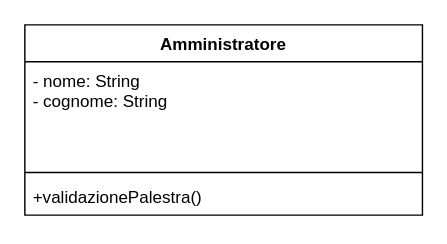
The draw.io diagram Diagrammi_UML/Amministratore.drawio in JosephBoom02/Progetto_Ingegneria_del_Software, before the edit. Source tidied: cells renumbered, new cells numbered last; positions are measured from the earlier drawing's top-left corner, leaving out a move shared by most shapes. Both pictures are drawn from the tidied source at 142%, with x=0, y=0 at pixel (24, 24).
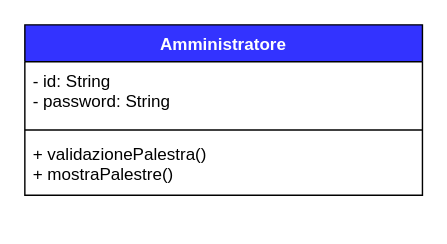
Above is the later version.

What changed in the source:
```diff
@@
 <mxGraphModel>
   <root>
     <mxCell id="0" />
     <mxCell id="1" parent="0" />
-    <mxCell id="2" value="&lt;div&gt;Amministratore&lt;/div&gt;&lt;div&gt;&lt;br&gt;&lt;/div&gt;" style="swimlane;fontStyle=1;align=center;verticalAlign=top;horizontal=1;startSize=26;whiteSpace=wrap;html=1;" parent="1" vertex="1">
-      <mxGeometry width="280" height="134" as="geometry" />
+    <mxCell id="2" value="&lt;div&gt;Amministratore&lt;/div&gt;&lt;div&gt;&lt;br&gt;&lt;/div&gt;" style="swimlane;fontStyle=1;align=center;verticalAlign=top;horizontal=1;startSize=26;whiteSpace=wrap;html=1;fillColor=#3333FF;fontColor=#ffffff;" parent="1" vertex="1">
+      <mxGeometry width="280" height="120" as="geometry" />
     </mxCell>
-    <mxCell id="3" value="&lt;div&gt;- nome: String&lt;/div&gt;&lt;div&gt;- cognome: String&lt;br&gt;&lt;/div&gt;" style="text;strokeColor=none;fillColor=none;align=left;verticalAlign=top;spacingLeft=4;spacingRight=4;overflow=hidden;whiteSpace=wrap;html=1;" parent="2" vertex="1">
-      <mxGeometry y="26" width="280" height="74" as="geometry" />
+    <mxCell id="3" value="&lt;div&gt;- id: String&lt;/div&gt;&lt;div&gt;- password: String&lt;br&gt;&lt;/div&gt;" style="text;strokeColor=none;fillColor=none;align=left;verticalAlign=top;spacingLeft=4;spacingRight=4;overflow=hidden;whiteSpace=wrap;html=1;" parent="2" vertex="1">
+      <mxGeometry y="26" width="280" height="44" as="geometry" />
     </mxCell>
     <mxCell id="4" style="line;strokeWidth=1;fillColor=none;align=left;verticalAlign=middle;spacingTop=-1;spacingLeft=3;spacingRight=3;labelPosition=right;strokeColor=inherit;" parent="2" vertex="1">
-      <mxGeometry y="100" width="280" height="8" as="geometry" />
+      <mxGeometry y="70" width="280" height="8" as="geometry" />
     </mxCell>
-    <mxCell id="5" value="+validazionePalestra()" style="text;strokeColor=none;fillColor=none;align=left;verticalAlign=top;spacingLeft=4;spacingRight=4;overflow=hidden;whiteSpace=wrap;html=1;" parent="2" vertex="1">
-      <mxGeometry y="108" width="280" height="26" as="geometry" />
+    <mxCell id="5" value="&lt;div&gt;+ validazionePalestra()&lt;/div&gt;&lt;div&gt;+ mostraPalestre()&lt;br&gt;&lt;/div&gt;" style="text;strokeColor=none;fillColor=none;align=left;verticalAlign=top;spacingLeft=4;spacingRight=4;overflow=hidden;whiteSpace=wrap;html=1;" parent="2" vertex="1">
+      <mxGeometry y="78" width="280" height="42" as="geometry" />
     </mxCell>
   </root>
 </mxGraphModel>
```
